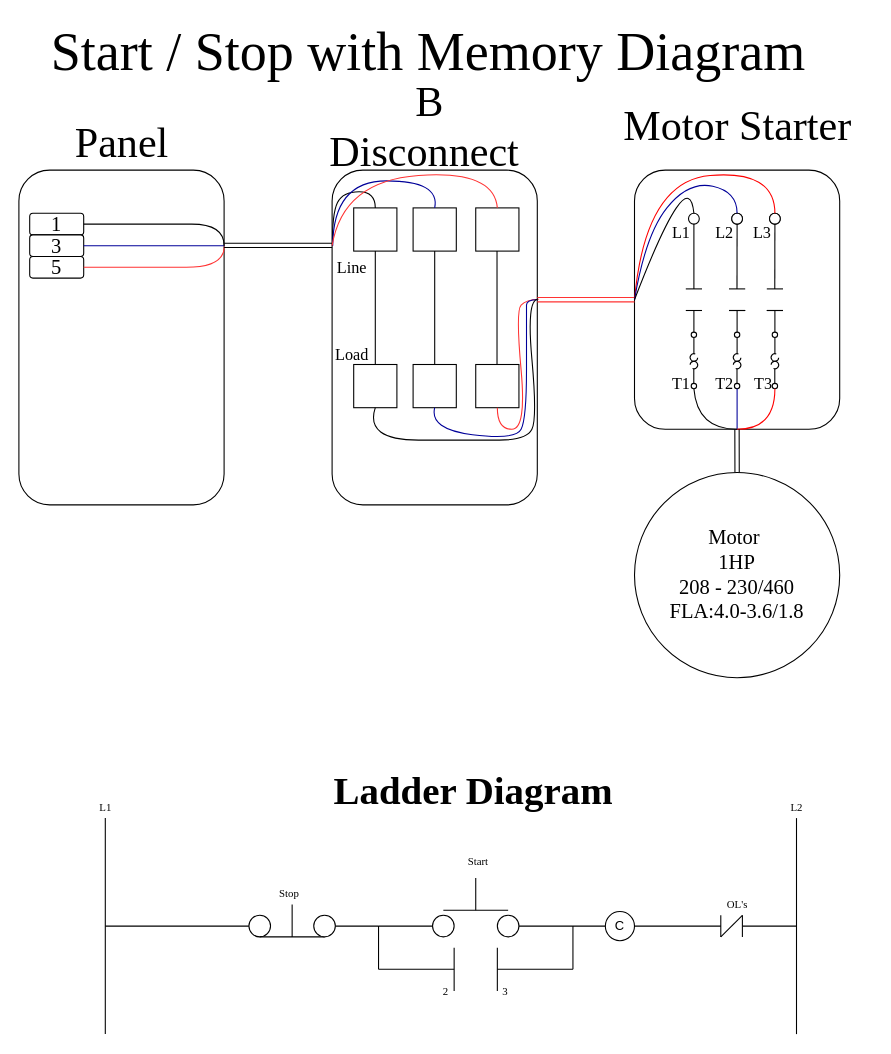
JakeBenjamin/Jakesrepo keeps this draw.io diagram as Untitled Diagram.drawio. Above is the earlier version. Source tidied: cells renumbered, new cells numbered last; positions are measured from the earlier drawing's top-left corner, leaving out a move shared by most shapes. Both pictures are drawn from the tidied source at 108%, with x=0, y=0 at pixel (18, 29).
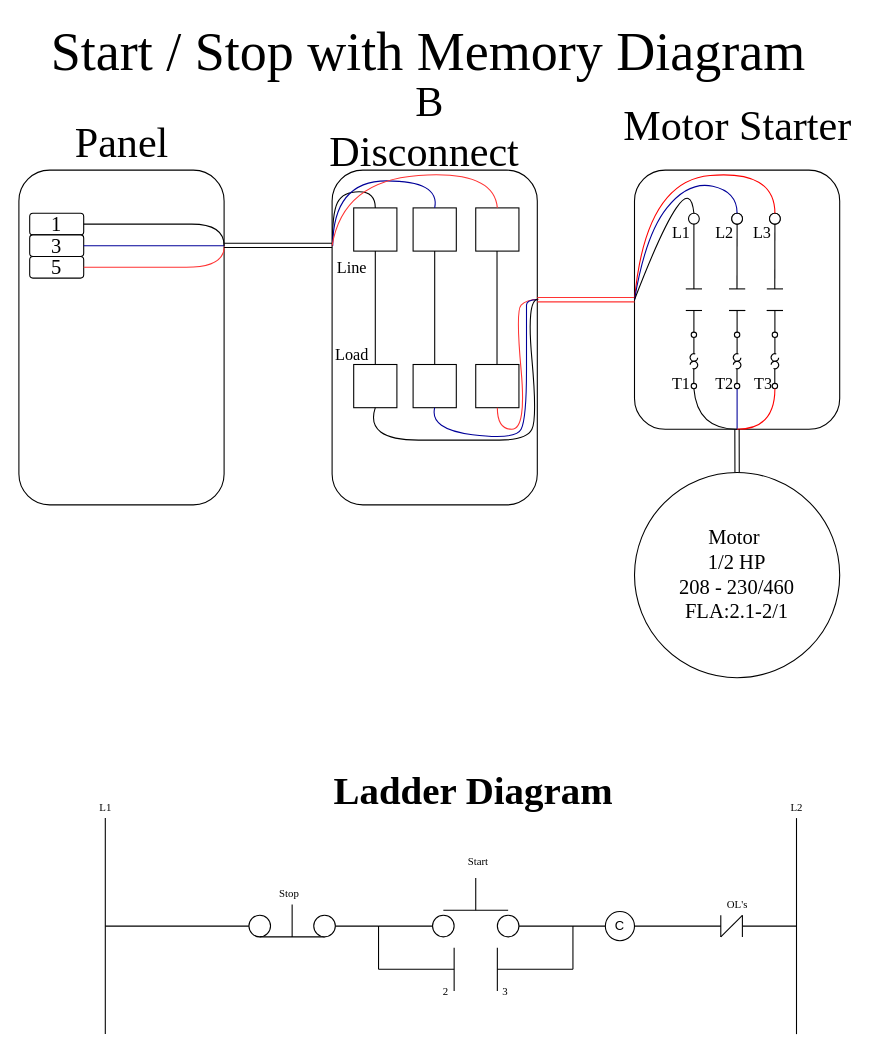
The same diagram, later.

What changed in the source:
```diff
@@
-    <mxCell id="108" value="Motor&amp;nbsp;&lt;br&gt;1HP&lt;br&gt;208 - 230/460&lt;br&gt;FLA:4.0-3.6/1.8" style="ellipse;whiteSpace=wrap;html=1;labelBackgroundColor=#ffffff;fontFamily=Times New Roman;fontSize=19;fontColor=default;strokeColor=#000000;" parent="1" vertex="1">
+    <mxCell id="108" value="Motor&amp;nbsp;&lt;br&gt;1/2 HP&lt;br&gt;208 - 230/460&lt;br&gt;FLA:2.1-2/1" style="ellipse;whiteSpace=wrap;html=1;labelBackgroundColor=#ffffff;fontFamily=Times New Roman;fontSize=19;fontColor=default;strokeColor=#000000;" parent="1" vertex="1">
       <mxGeometry x="570" y="410" width="190" height="190" as="geometry" />
     </mxCell>
```
